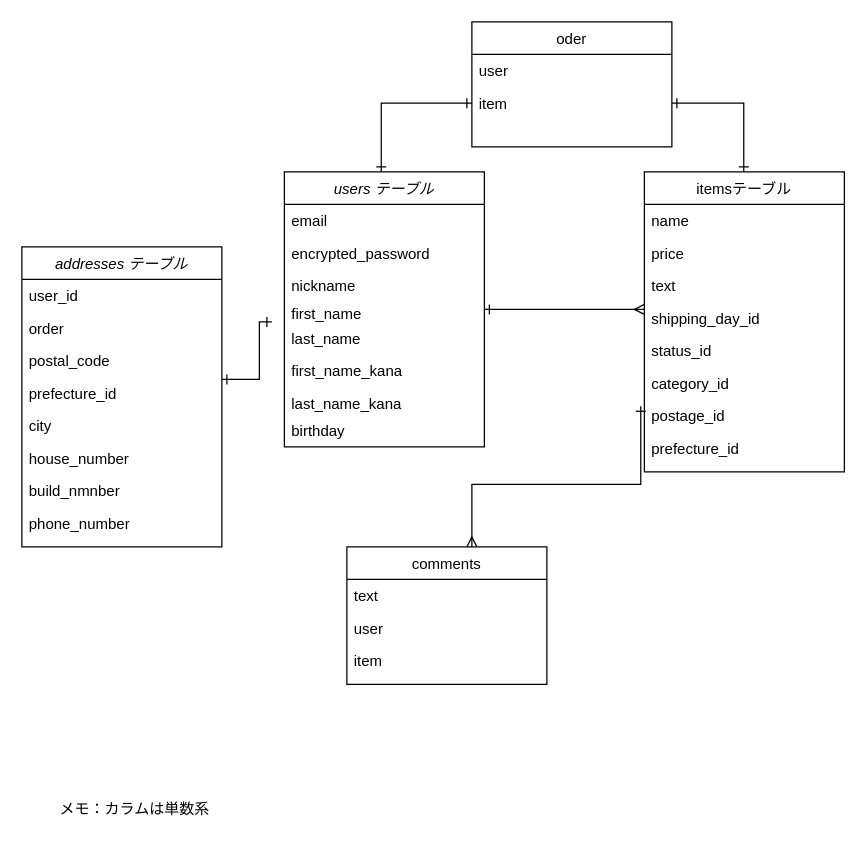
nmnchu/furima-34296 keeps this draw.io diagram as test.dio. Above is the earlier version. Source tidied: cells renumbered, new cells numbered last; positions are measured from the earlier drawing's top-left corner, leaving out a move shared by most shapes. Both pictures are drawn from the tidied source at 125%, with x=0, y=0 at pixel (21, 21).
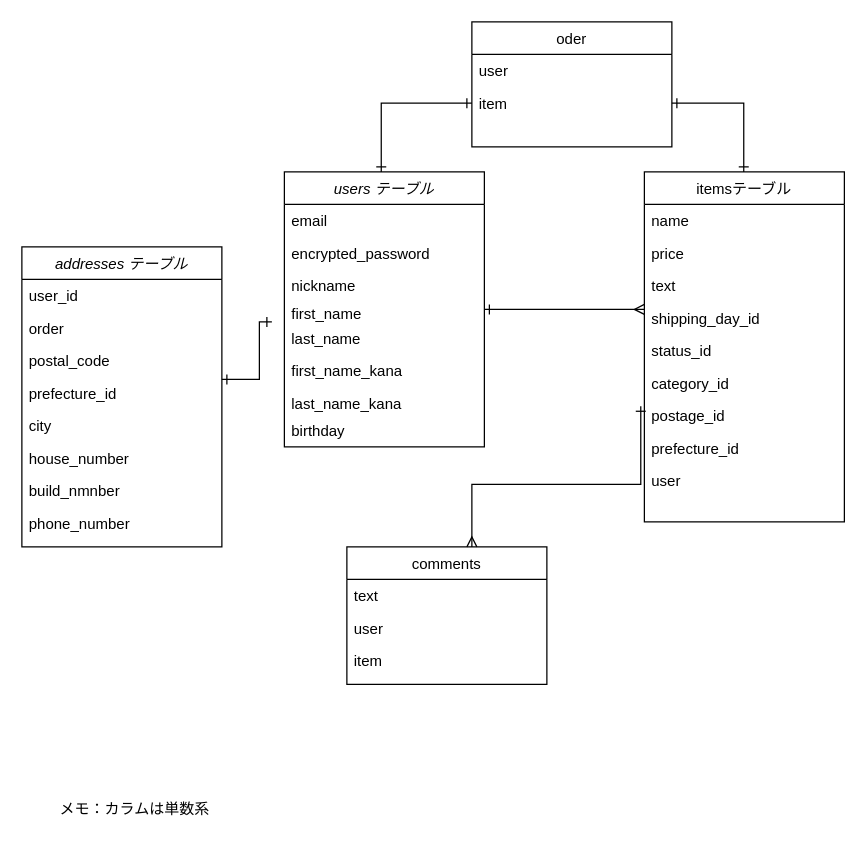
The same page after the edit.

What changed in the source:
```diff
@@
     <mxCell id="10" value="itemsテーブル" style="swimlane;fontStyle=0;align=center;verticalAlign=top;horizontal=1;startSize=26;rounded=0;shadow=0;strokeWidth=1;" parent="1" vertex="1">
-      <mxGeometry x="498" y="120" width="160" height="240" as="geometry" />
+      <mxGeometry x="498" y="120" width="160" height="280" as="geometry" />
     </mxCell>
@@
+    <mxCell id="42" value="user" style="text;align=left;verticalAlign=top;spacingLeft=4;spacingRight=4;overflow=hidden;rounded=0;shadow=0;html=0;" parent="10" vertex="1">
+      <mxGeometry y="234" width="160" height="26" as="geometry" />
+    </mxCell>
```
